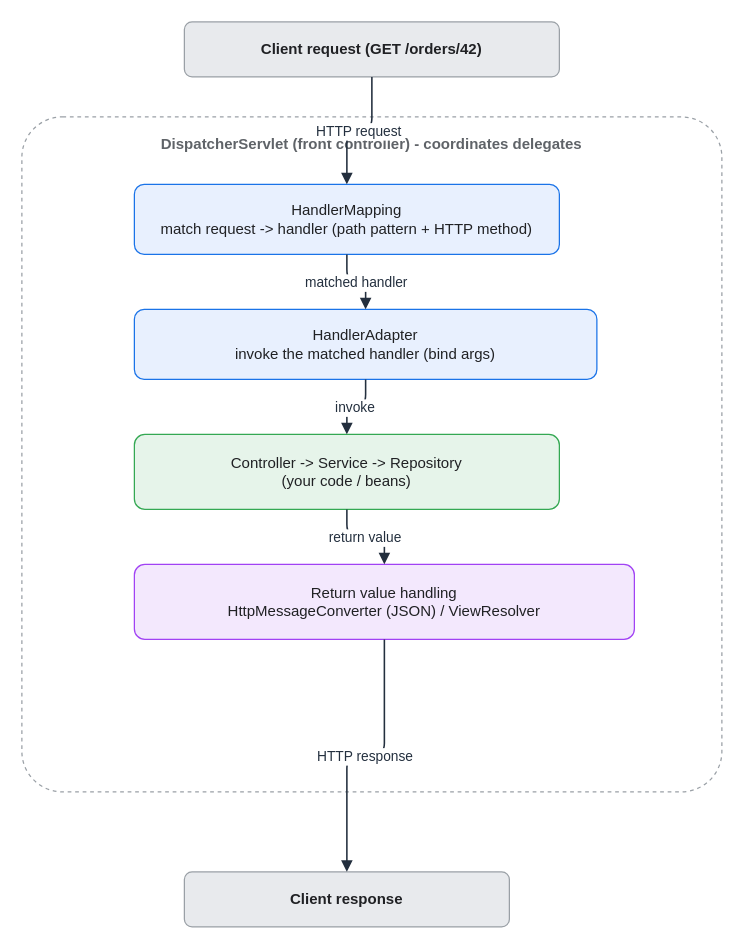
This is assets/img/spring/spring-05-dispatcherservlet-sequence.drawio from KKamJi98/kkamji98.github.io, a draw.io file, before an edit. Source tidied: cells renumbered, new cells numbered last; positions are measured from the earlier drawing's top-left corner, leaving out a move shared by most shapes. Both pictures are drawn from the tidied source at 125%, with x=0, y=0 at pixel (21, 21).
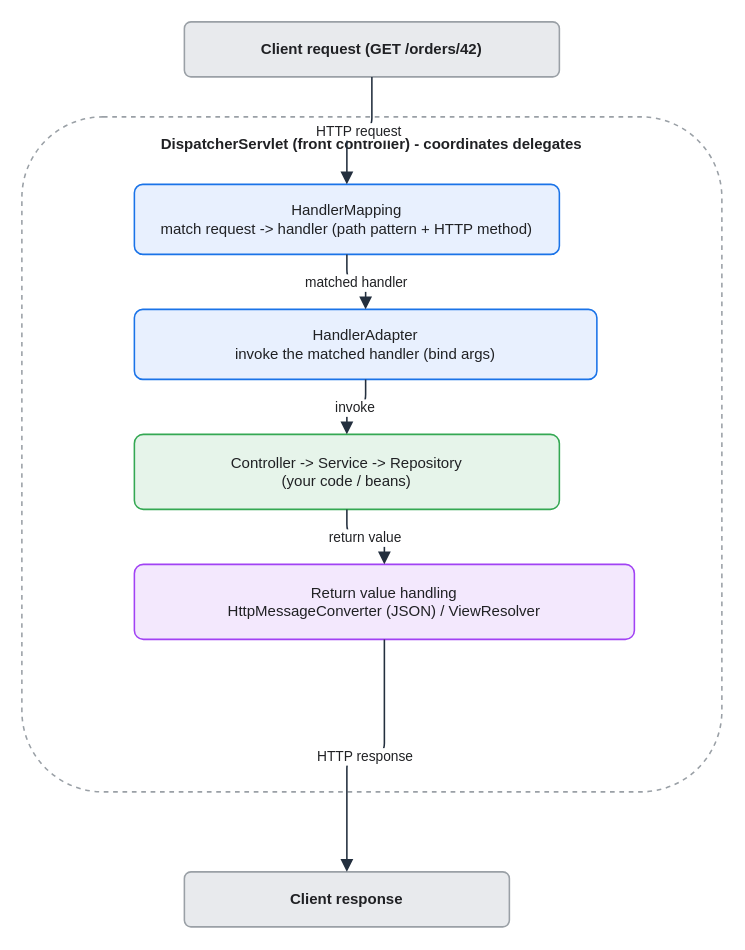
After the change.

What changed in the source:
```diff
@@
 <mxGraphModel background="#FFFFFF">
   <root>
     <mxCell id="0" />
     <mxCell id="1" parent="0" />
-    <mxCell id="2" value="DispatcherServlet (front controller) - coordinates delegates" style="rounded=1;whiteSpace=wrap;html=0;arcSize=6;shadow=0;fillColor=#FFFFFF;strokeColor=#9AA0A6;fontColor=#5F6368;fontStyle=1;verticalAlign=top;align=center;dashed=1;spacingTop=8;" parent="1" vertex="1">
+    <mxCell id="2" value="DispatcherServlet (front controller) - coordinates delegates" style="rounded=1;whiteSpace=wrap;html=0;arcSize=12;shadow=0;fillColor=#FFFFFF;strokeColor=#9AA0A6;fontColor=#202124;fontStyle=1;verticalAlign=top;align=center;dashed=1;spacingTop=8;strokeWidth=1.25;" parent="1" vertex="1">
       <mxGeometry y="76" width="560" height="540" as="geometry" />
     </mxCell>
-    <mxCell id="3" value="Client request (GET /orders/42)" style="rounded=1;whiteSpace=wrap;html=0;arcSize=14;shadow=0;fillColor=#E8EAED;strokeColor=#9AA0A6;fontColor=#202124;fontStyle=1;" parent="1" vertex="1">
+    <mxCell id="3" value="Client request (GET /orders/42)" style="rounded=1;whiteSpace=wrap;html=0;arcSize=12;shadow=0;fillColor=#E8EAED;strokeColor=#9AA0A6;fontColor=#202124;fontStyle=1;strokeWidth=1.25;" parent="1" vertex="1">
       <mxGeometry x="130" width="300" height="44" as="geometry" />
     </mxCell>
-    <mxCell id="4" value="HandlerMapping&#10;match request -&gt; handler (path pattern + HTTP method)" style="rounded=1;whiteSpace=wrap;html=0;arcSize=14;shadow=0;fillColor=#E8F0FE;strokeColor=#1A73E8;fontColor=#202124;" parent="1" vertex="1">
+    <mxCell id="4" value="HandlerMapping&#10;match request -&gt; handler (path pattern + HTTP method)" style="rounded=1;whiteSpace=wrap;html=0;arcSize=12;shadow=0;fillColor=#E8F0FE;strokeColor=#1A73E8;fontColor=#202124;strokeWidth=1.25;" parent="1" vertex="1">
       <mxGeometry x="90" y="130" width="340" height="56" as="geometry" />
     </mxCell>
-    <mxCell id="5" value="HandlerAdapter&#10;invoke the matched handler (bind args)" style="rounded=1;whiteSpace=wrap;html=0;arcSize=14;shadow=0;fillColor=#E8F0FE;strokeColor=#1A73E8;fontColor=#202124;" parent="1" vertex="1">
+    <mxCell id="5" value="HandlerAdapter&#10;invoke the matched handler (bind args)" style="rounded=1;whiteSpace=wrap;html=0;arcSize=12;shadow=0;fillColor=#E8F0FE;strokeColor=#1A73E8;fontColor=#202124;strokeWidth=1.25;" parent="1" vertex="1">
       <mxGeometry x="90" y="230" width="370" height="56" as="geometry" />
     </mxCell>
-    <mxCell id="6" value="Controller -&gt; Service -&gt; Repository&#10;(your code / beans)" style="rounded=1;whiteSpace=wrap;html=0;arcSize=14;shadow=0;fillColor=#E6F4EA;strokeColor=#34A853;fontColor=#202124;" parent="1" vertex="1">
+    <mxCell id="6" value="Controller -&gt; Service -&gt; Repository&#10;(your code / beans)" style="rounded=1;whiteSpace=wrap;html=0;arcSize=12;shadow=0;fillColor=#E6F4EA;strokeColor=#34A853;fontColor=#202124;strokeWidth=1.25;" parent="1" vertex="1">
       <mxGeometry x="90" y="330" width="340" height="60" as="geometry" />
     </mxCell>
-    <mxCell id="7" value="Return value handling&#10;HttpMessageConverter (JSON) / ViewResolver" style="rounded=1;whiteSpace=wrap;html=0;arcSize=14;shadow=0;fillColor=#F3E8FD;strokeColor=#A142F4;fontColor=#202124;" parent="1" vertex="1">
+    <mxCell id="7" value="Return value handling&#10;HttpMessageConverter (JSON) / ViewResolver" style="rounded=1;whiteSpace=wrap;html=0;arcSize=12;shadow=0;fillColor=#F3E8FD;strokeColor=#A142F4;fontColor=#202124;strokeWidth=1.25;" parent="1" vertex="1">
       <mxGeometry x="90" y="434" width="400" height="60" as="geometry" />
     </mxCell>
-    <mxCell id="8" value="Client response" style="rounded=1;whiteSpace=wrap;html=0;arcSize=14;shadow=0;fillColor=#E8EAED;strokeColor=#9AA0A6;fontColor=#202124;fontStyle=1;" parent="1" vertex="1">
+    <mxCell id="8" value="Client response" style="rounded=1;whiteSpace=wrap;html=0;arcSize=12;shadow=0;fillColor=#E8EAED;strokeColor=#9AA0A6;fontColor=#202124;fontStyle=1;strokeWidth=1.25;" parent="1" vertex="1">
       <mxGeometry x="130" y="680" width="260" height="44" as="geometry" />
     </mxCell>
-    <mxCell id="9" value="HTTP request" style="edgeStyle=orthogonalEdgeStyle;rounded=1;html=0;fontColor=#232F3E;strokeColor=#232F3E;labelBackgroundColor=#FFFFFF;endArrow=block;exitX=0.5;exitY=1;exitDx=0;exitDy=0;entryX=0.5;entryY=0;entryDx=0;entryDy=0;strokeWidth=1.25;" parent="1" edge="1" source="3" target="4">
+    <mxCell id="9" value="HTTP request" style="edgeStyle=orthogonalEdgeStyle;rounded=1;html=0;fontColor=#202124;strokeColor=#232F3E;labelBackgroundColor=#FFFFFF;endArrow=block;exitX=0.5;exitY=1;exitDx=0;exitDy=0;entryX=0.5;entryY=0;entryDx=0;entryDy=0;strokeWidth=1.25;endSize=7;" parent="1" edge="1" source="3" target="4">
       <mxGeometry relative="1" as="geometry" />
     </mxCell>
-    <mxCell id="10" value="matched handler" style="edgeStyle=orthogonalEdgeStyle;rounded=1;html=0;fontColor=#232F3E;strokeColor=#232F3E;labelBackgroundColor=#FFFFFF;endArrow=block;exitX=0.5;exitY=1;exitDx=0;exitDy=0;entryX=0.5;entryY=0;entryDx=0;entryDy=0;strokeWidth=1.25;" parent="1" edge="1" source="4" target="5">
+    <mxCell id="10" value="matched handler" style="edgeStyle=orthogonalEdgeStyle;rounded=1;html=0;fontColor=#202124;strokeColor=#232F3E;labelBackgroundColor=#FFFFFF;endArrow=block;exitX=0.5;exitY=1;exitDx=0;exitDy=0;entryX=0.5;entryY=0;entryDx=0;entryDy=0;strokeWidth=1.25;endSize=7;" parent="1" edge="1" source="4" target="5">
       <mxGeometry relative="1" as="geometry" />
     </mxCell>
-    <mxCell id="11" value="invoke" style="edgeStyle=orthogonalEdgeStyle;rounded=1;html=0;fontColor=#232F3E;strokeColor=#232F3E;labelBackgroundColor=#FFFFFF;endArrow=block;exitX=0.5;exitY=1;exitDx=0;exitDy=0;entryX=0.5;entryY=0;entryDx=0;entryDy=0;strokeWidth=1.25;" parent="1" edge="1" source="5" target="6">
+    <mxCell id="11" value="invoke" style="edgeStyle=orthogonalEdgeStyle;rounded=1;html=0;fontColor=#202124;strokeColor=#232F3E;labelBackgroundColor=#FFFFFF;endArrow=block;exitX=0.5;exitY=1;exitDx=0;exitDy=0;entryX=0.5;entryY=0;entryDx=0;entryDy=0;strokeWidth=1.25;endSize=7;" parent="1" edge="1" source="5" target="6">
       <mxGeometry relative="1" as="geometry" />
     </mxCell>
-    <mxCell id="12" value="return value" style="edgeStyle=orthogonalEdgeStyle;rounded=1;html=0;fontColor=#232F3E;strokeColor=#232F3E;labelBackgroundColor=#FFFFFF;endArrow=block;exitX=0.5;exitY=1;exitDx=0;exitDy=0;entryX=0.5;entryY=0;entryDx=0;entryDy=0;strokeWidth=1.25;" parent="1" edge="1" source="6" target="7">
+    <mxCell id="12" value="return value" style="edgeStyle=orthogonalEdgeStyle;rounded=1;html=0;fontColor=#202124;strokeColor=#232F3E;labelBackgroundColor=#FFFFFF;endArrow=block;exitX=0.5;exitY=1;exitDx=0;exitDy=0;entryX=0.5;entryY=0;entryDx=0;entryDy=0;strokeWidth=1.25;endSize=7;" parent="1" edge="1" source="6" target="7">
       <mxGeometry relative="1" as="geometry" />
     </mxCell>
-    <mxCell id="13" value="HTTP response" style="edgeStyle=orthogonalEdgeStyle;rounded=1;html=0;fontColor=#232F3E;strokeColor=#232F3E;labelBackgroundColor=#FFFFFF;endArrow=block;exitX=0.5;exitY=1;exitDx=0;exitDy=0;entryX=0.5;entryY=0;entryDx=0;entryDy=0;strokeWidth=1.25;" parent="1" edge="1" source="7" target="8">
+    <mxCell id="13" value="HTTP response" style="edgeStyle=orthogonalEdgeStyle;rounded=1;html=0;fontColor=#202124;strokeColor=#232F3E;labelBackgroundColor=#FFFFFF;endArrow=block;exitX=0.5;exitY=1;exitDx=0;exitDy=0;entryX=0.5;entryY=0;entryDx=0;entryDy=0;strokeWidth=1.25;endSize=7;" parent="1" edge="1" source="7" target="8">
       <mxGeometry relative="1" as="geometry" />
     </mxCell>
   </root>
 </mxGraphModel>
```
